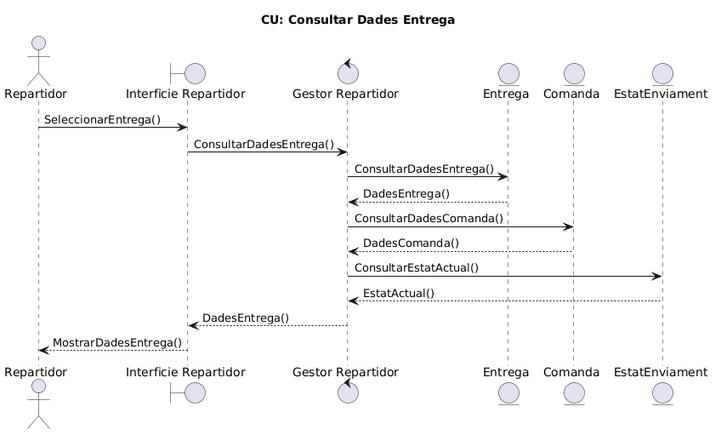
AndresVT24/ES23UAB-411-5 keeps this PlantUML diagram as others/sprint4/diagramas_secuencia/DiagramaRepartidor_ConsultarDadesEntrega.png. Above is the earlier version.
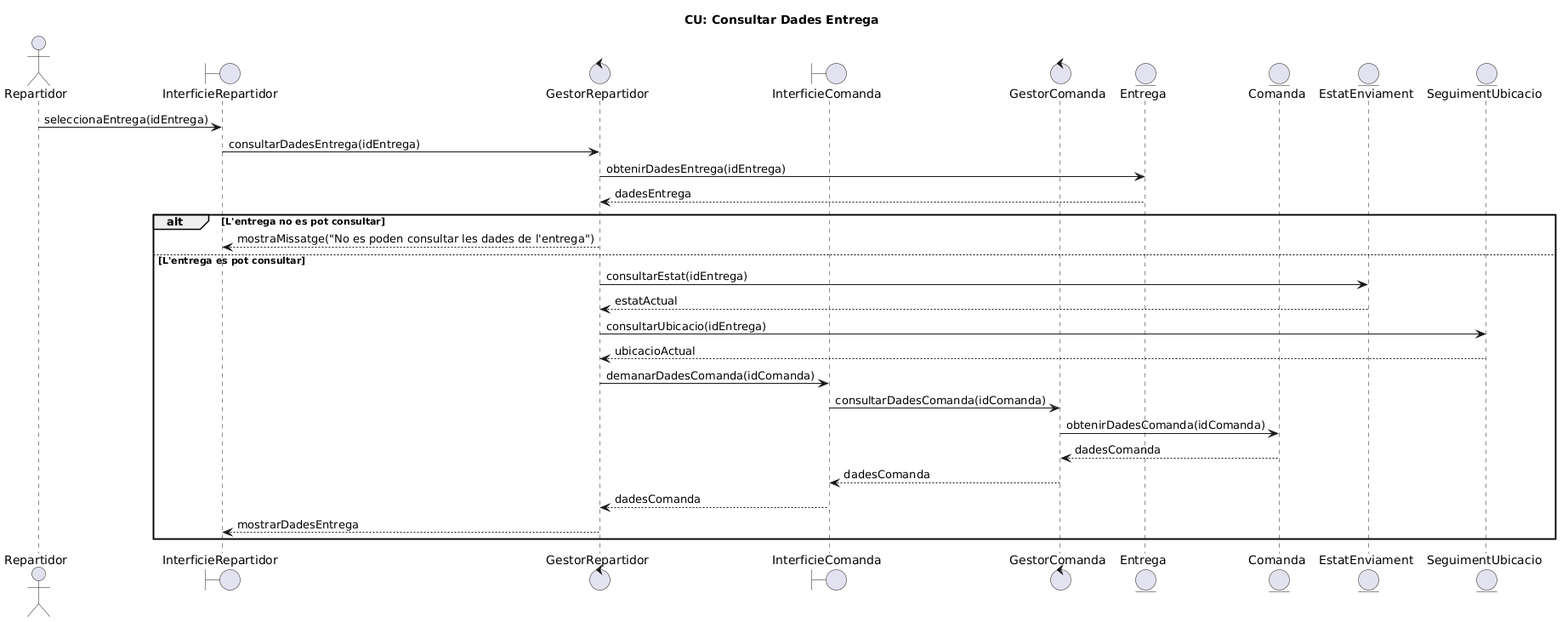
After the commit.

Change to the diagram source:
```diff
@@ -3,24 +3,40 @@
 
 actor Repartidor
 
-boundary "Interficie Repartidor" as Interficie
-control "Gestor Repartidor" as Gestor
-entity "Entrega" as Entrega
-entity "Comanda" as Comanda
-entity "EstatEnviament" as EstatEnviament
+boundary InterficieRepartidor
+control GestorRepartidor
 
-Repartidor -> Interficie : SeleccionarEntrega()
-Interficie -> Gestor : ConsultarDadesEntrega()
+boundary InterficieComanda
+control GestorComanda
 
-Gestor -> Entrega : ConsultarDadesEntrega()
-Entrega --> Gestor : DadesEntrega()
+entity Entrega
+entity Comanda
+entity EstatEnviament
+entity SeguimentUbicacio
 
-Gestor -> Comanda : ConsultarDadesComanda()
-Comanda --> Gestor : DadesComanda()
+Repartidor -> InterficieRepartidor : seleccionaEntrega(idEntrega)
+InterficieRepartidor -> GestorRepartidor : consultarDadesEntrega(idEntrega)
 
-Gestor -> EstatEnviament : ConsultarEstatActual()
-EstatEnviament --> Gestor : EstatActual()
+GestorRepartidor -> Entrega : obtenirDadesEntrega(idEntrega)
+Entrega --> GestorRepartidor : dadesEntrega
 
-Gestor --> Interficie : DadesEntrega()
-Interficie --> Repartidor : MostrarDadesEntrega()
+alt L'entrega no es pot consultar
+    GestorRepartidor --> InterficieRepartidor : mostraMissatge("No es poden consultar les dades de l'entrega")
+
+else L'entrega es pot consultar
+    GestorRepartidor -> EstatEnviament : consultarEstat(idEntrega)
+    EstatEnviament --> GestorRepartidor : estatActual
+
+    GestorRepartidor -> SeguimentUbicacio : consultarUbicacio(idEntrega)
+    SeguimentUbicacio --> GestorRepartidor : ubicacioActual
+
+    GestorRepartidor -> InterficieComanda : demanarDadesComanda(idComanda)
+    InterficieComanda -> GestorComanda : consultarDadesComanda(idComanda)
+    GestorComanda -> Comanda : obtenirDadesComanda(idComanda)
+    Comanda --> GestorComanda : dadesComanda
+    GestorComanda --> InterficieComanda : dadesComanda
+    InterficieComanda --> GestorRepartidor : dadesComanda
+
+    GestorRepartidor --> InterficieRepartidor : mostrarDadesEntrega
+end
 @enduml
```
